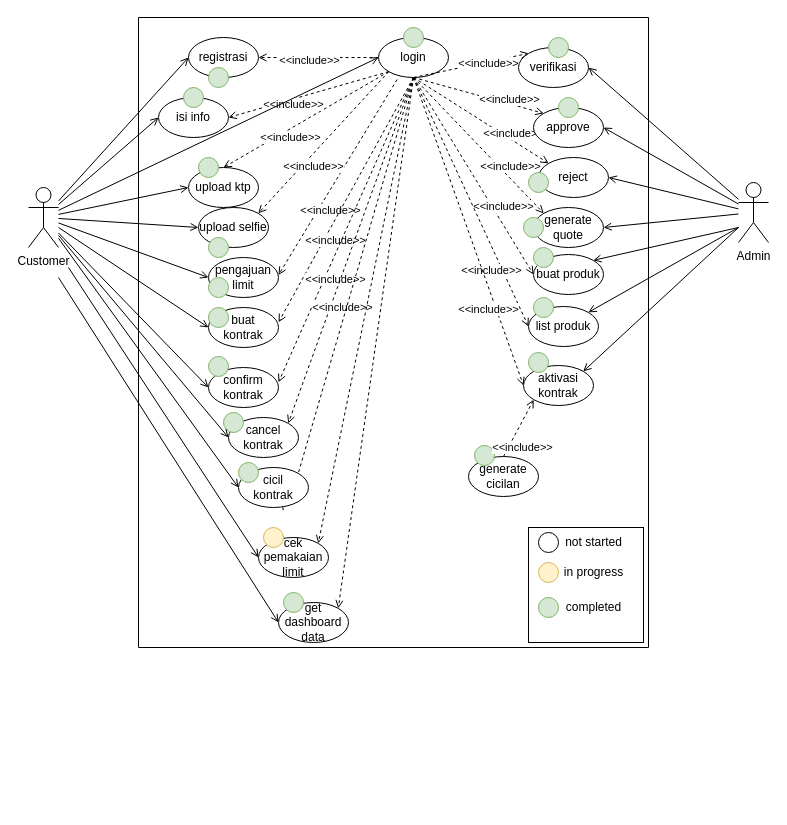
skyespirates/sikmatek keeps this draw.io diagram as page "use case" (1 of 7) of docs/docs.drawio. Above is the earlier version. Source tidied: cells renumbered, new cells numbered last; positions are measured from the earlier drawing's top-left corner, leaving out a move shared by most shapes. Both pictures are drawn from the tidied source at 100%, with x=0, y=0 at pixel (28, 17).
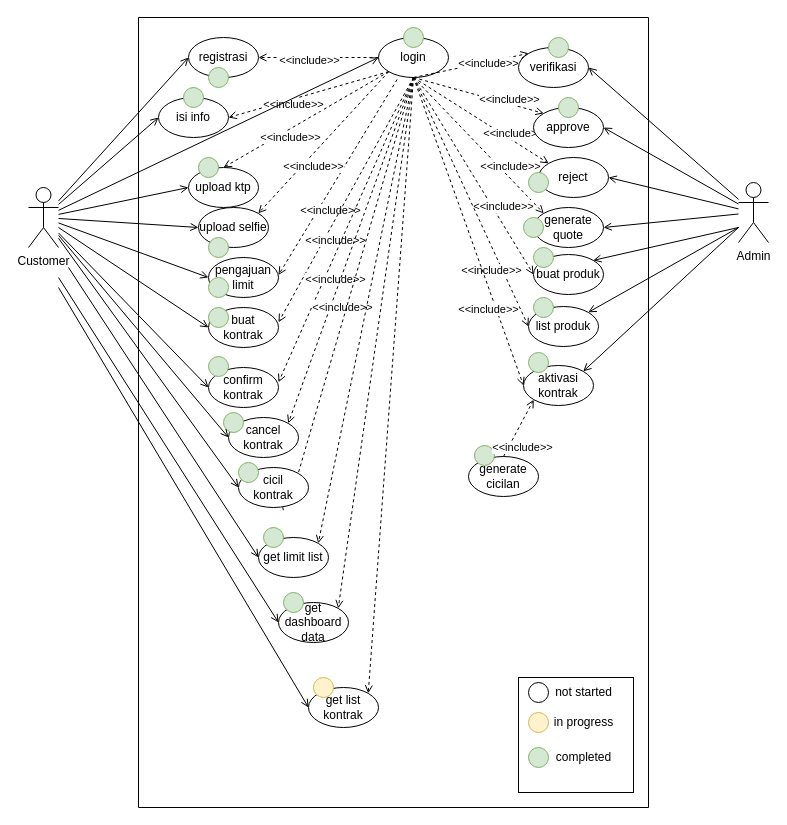
Above is the later version.

Commit message (it also covers changes not shown here):
feat: add get limit list endpoint

Unchanged cells that the change refers to:
```xml
<mxCell id="8" value="login" style="ellipse;whiteSpace=wrap;html=1;" parent="2" vertex="1">
  <mxGeometry x="240" y="20" width="70" height="40" as="geometry" />
</mxCell>
<mxCell id="84" style="group;" parent="2" vertex="1">
  <mxGeometry x="120" y="510" width="70" height="50" as="geometry" />
</mxCell>
```

What changed in the source:
```diff
@@
     <mxCell id="2" style="swimlane;startSize=0;" parent="1" vertex="1">
-      <mxGeometry x="110" width="510" height="630" as="geometry" />
+      <mxGeometry x="110" width="510" height="790" as="geometry" />
     </mxCell>
@@
     <mxCell id="51" style="group;" parent="2" vertex="1">
-      <mxGeometry x="390" y="510" width="115" height="115" as="geometry" />
+      <mxGeometry x="380" y="660" width="115" height="115" as="geometry" />
     </mxCell>
@@
-    <mxCell id="85" value="cek pemakaian limit" style="ellipse;whiteSpace=wrap;html=1;" parent="84" vertex="1">
+    <mxCell id="85" value="get limit list" style="ellipse;whiteSpace=wrap;html=1;" parent="84" vertex="1">
       <mxGeometry y="10" width="70" height="40" as="geometry" />
     </mxCell>
-    <mxCell id="86" style="ellipse;whiteSpace=wrap;html=1;fillColor=#fff2cc;strokeColor=#d6b656;" parent="84" vertex="1">
+    <mxCell id="86" style="ellipse;whiteSpace=wrap;html=1;fillColor=#d5e8d4;strokeColor=#82b366;" parent="84" vertex="1">
       <mxGeometry x="5" width="20" height="20" as="geometry" />
     </mxCell>
@@
+    <mxCell id="118" style="group;" parent="2" vertex="1">
+      <mxGeometry x="170" y="660" width="70" height="50" as="geometry" />
+    </mxCell>
+    <mxCell id="119" value="get list kontrak" style="ellipse;whiteSpace=wrap;html=1;" parent="118" vertex="1">
+      <mxGeometry y="10" width="70" height="40" as="geometry" />
+    </mxCell>
+    <mxCell id="120" style="ellipse;whiteSpace=wrap;html=1;fillColor=#fff2cc;strokeColor=#d6b656;" parent="118" vertex="1">
+      <mxGeometry x="5" width="20" height="20" as="geometry" />
+    </mxCell>
+    <mxCell id="121" style="edgeStyle=none;rounded=0;jettySize=auto;html=1;endArrow=open;endFill=0;dashed=1;exitX=0.5;exitY=1;exitDx=0;exitDy=0;entryX=1;entryY=0;entryDx=0;entryDy=0;" parent="2" edge="1" source="8" target="119">
+      <mxGeometry relative="1" as="geometry" />
+    </mxCell>
@@
+    <mxCell id="122" style="edgeStyle=none;rounded=0;jettySize=auto;html=1;entryX=0;entryY=0.5;entryDx=0;entryDy=0;endArrow=open;endFill=0;" parent="1" edge="1" target="119">
+      <mxGeometry relative="1" as="geometry">
+        <mxPoint x="30" y="270" as="sourcePoint" />
+      </mxGeometry>
+    </mxCell>
```
